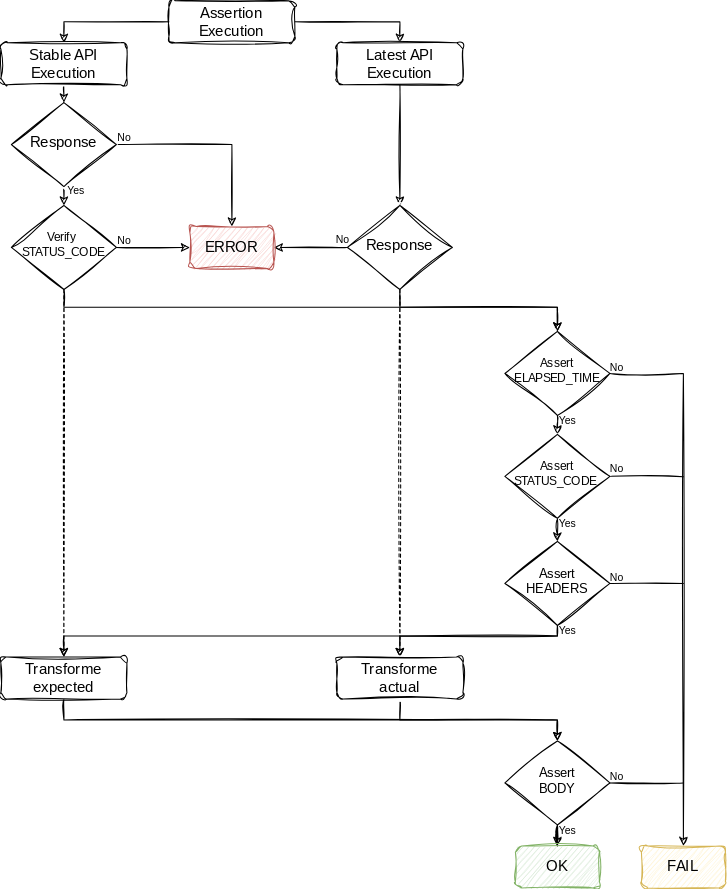
oneteme/assertapi-core keeps this draw.io diagram as doc/diagram/assertion.diagram.svg. Above is the earlier version. Source tidied: cells renumbered, new cells last; positions are measured from the earlier drawing's top-left corner, leaving out a move shared by most shapes.
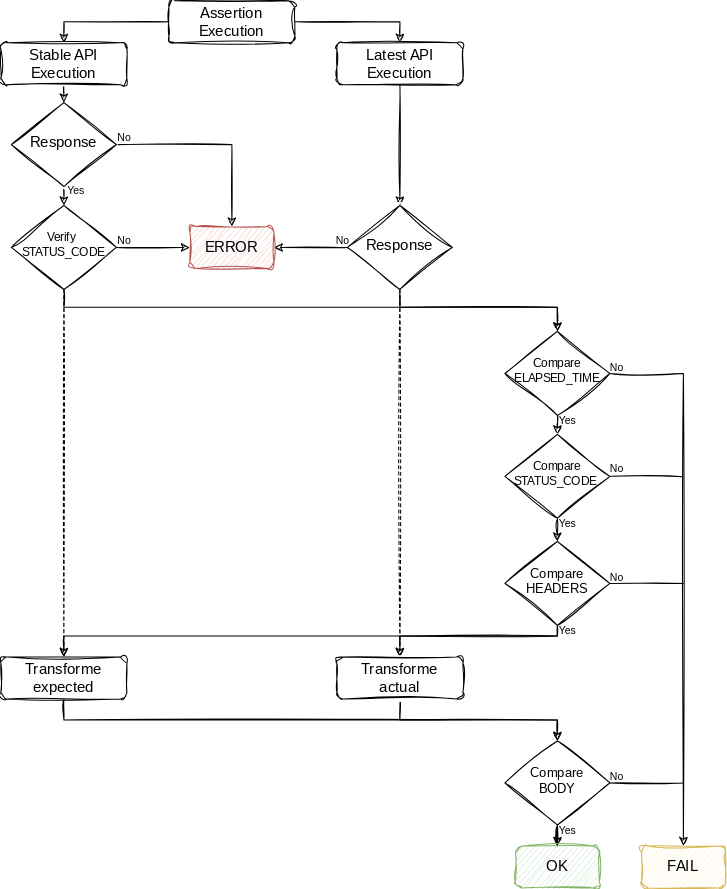
The same diagram one commit later.

The edit, as a diff of the source:
```diff
@@ -87,7 +87,7 @@
     <mxCell id="26" style="edgeStyle=orthogonalEdgeStyle;rounded=0;jettySize=auto;html=1;exitX=1;exitY=0.5;exitDx=0;exitDy=0;entryX=0.5;entryY=0;entryDx=0;entryDy=0;strokeColor=default;fontFamily=Helvetica;fontSize=14;fontColor=#000000;startArrow=none;startFill=0;endArrow=classic;endFill=1;sketch=1;curveFitting=1;jiggle=2;" parent="1" edge="1" source="27" target="43">
       <mxGeometry relative="1" as="geometry" />
     </mxCell>
-    <mxCell id="27" value="Assert ELAPSED_TIME" style="rhombus;whiteSpace=wrap;html=1;shadow=0;fontFamily=Architects Daughter;fontSize=11;align=center;strokeWidth=1;spacing=6;spacingTop=-4;rounded=0;sketch=1;curveFitting=1;jiggle=2;verticalAlign=middle;fontSource=https%3A%2F%2Ffonts.googleapis.com%2Fcss%3Ffamily%3DArchitects%2BDaughter;" parent="1" vertex="1">
+    <mxCell id="27" value="Compare&lt;br&gt;ELAPSED_TIME" style="rhombus;whiteSpace=wrap;html=1;shadow=0;fontFamily=Architects Daughter;fontSize=11;align=center;strokeWidth=1;spacing=6;spacingTop=-4;rounded=0;sketch=1;curveFitting=1;jiggle=2;verticalAlign=middle;fontSource=https%3A%2F%2Ffonts.googleapis.com%2Fcss%3Ffamily%3DArchitects%2BDaughter;" parent="1" vertex="1">
       <mxGeometry x="480" y="315" width="100" height="80" as="geometry" />
     </mxCell>
     <mxCell id="28" style="edgeStyle=none;rounded=0;jettySize=auto;html=1;entryX=0.5;entryY=0;entryDx=0;entryDy=0;strokeColor=default;fontFamily=Helvetica;fontSize=14;fontColor=#000000;startArrow=none;startFill=0;endArrow=classic;endFill=1;sketch=1;curveFitting=1;jiggle=2;" parent="1" edge="1" source="30" target="34">
@@ -98,7 +98,7 @@
         <mxPoint x="650" y="453.3" as="targetPoint" />
       </mxGeometry>
     </mxCell>
-    <mxCell id="30" value="Assert STATUS_CODE&amp;nbsp;" style="rhombus;whiteSpace=wrap;html=1;shadow=0;fontFamily=Architects Daughter;fontSize=11;align=center;strokeWidth=1;spacing=6;spacingTop=-4;fontSource=https%3A%2F%2Ffonts.googleapis.com%2Fcss%3Ffamily%3DArchitects%2BDaughter;sketch=1;curveFitting=1;jiggle=2;" parent="1" vertex="1">
+    <mxCell id="30" value="Compare&lt;br&gt;STATUS_CODE&amp;nbsp;" style="rhombus;whiteSpace=wrap;html=1;shadow=0;fontFamily=Architects Daughter;fontSize=11;align=center;strokeWidth=1;spacing=6;spacingTop=-4;fontSource=https%3A%2F%2Ffonts.googleapis.com%2Fcss%3Ffamily%3DArchitects%2BDaughter;sketch=1;curveFitting=1;jiggle=2;" parent="1" vertex="1">
       <mxGeometry x="480" y="413" width="100" height="80" as="geometry" />
     </mxCell>
     <mxCell id="31" style="edgeStyle=orthogonalEdgeStyle;rounded=0;sketch=1;jettySize=auto;html=1;exitX=0.5;exitY=1;exitDx=0;exitDy=0;entryX=0.5;entryY=0;entryDx=0;entryDy=0;strokeColor=default;fontFamily=Helvetica;fontSize=14;fontColor=#000000;startArrow=none;startFill=0;endArrow=classic;endFill=1;" parent="1" edge="1" source="34" target="38">
@@ -122,7 +122,7 @@
         <mxPoint x="650" y="555" as="targetPoint" />
       </mxGeometry>
     </mxCell>
-    <mxCell id="34" value="Assert &lt;br style=&quot;font-size: 12px;&quot;&gt;HEADERS" style="rhombus;whiteSpace=wrap;html=1;shadow=0;fontFamily=Architects Daughter;fontSize=12;align=center;strokeWidth=1;spacing=6;spacingTop=-4;rounded=0;fillColor=none;fontSource=https%3A%2F%2Ffonts.googleapis.com%2Fcss%3Ffamily%3DArchitects%2BDaughter;sketch=1;curveFitting=1;jiggle=2;" parent="1" vertex="1">
+    <mxCell id="34" value="Compare&lt;br style=&quot;font-size: 12px;&quot;&gt;HEADERS" style="rhombus;whiteSpace=wrap;html=1;shadow=0;fontFamily=Architects Daughter;fontSize=12;align=center;strokeWidth=1;spacing=6;spacingTop=-4;rounded=0;fillColor=none;fontSource=https%3A%2F%2Ffonts.googleapis.com%2Fcss%3Ffamily%3DArchitects%2BDaughter;sketch=1;curveFitting=1;jiggle=2;" parent="1" vertex="1">
       <mxGeometry x="480" y="515" width="100" height="80" as="geometry" />
     </mxCell>
     <mxCell id="35" style="edgeStyle=orthogonalEdgeStyle;rounded=0;sketch=1;jettySize=auto;html=1;entryX=0.5;entryY=0;entryDx=0;entryDy=0;strokeColor=default;fontFamily=Helvetica;fontSize=14;fontColor=#000000;startArrow=none;startFill=0;endArrow=classic;endFill=1;" parent="1" edge="1" source="36" target="41">
@@ -155,7 +155,7 @@
         <mxPoint x="650" y="745" as="targetPoint" />
       </mxGeometry>
     </mxCell>
-    <mxCell id="41" value="Assert &lt;br style=&quot;font-size: 12px;&quot;&gt;BODY" style="rhombus;whiteSpace=wrap;html=1;shadow=0;fontFamily=Architects Daughter;fontSize=12;align=center;strokeWidth=1;spacing=6;spacingTop=-4;rounded=0;fillColor=none;fontSource=https%3A%2F%2Ffonts.googleapis.com%2Fcss%3Ffamily%3DArchitects%2BDaughter;sketch=1;curveFitting=1;jiggle=2;" parent="1" vertex="1">
+    <mxCell id="41" value="Compare&lt;br&gt;BODY" style="rhombus;whiteSpace=wrap;html=1;shadow=0;fontFamily=Architects Daughter;fontSize=12;align=center;strokeWidth=1;spacing=6;spacingTop=-4;rounded=0;fillColor=none;fontSource=https%3A%2F%2Ffonts.googleapis.com%2Fcss%3Ffamily%3DArchitects%2BDaughter;sketch=1;curveFitting=1;jiggle=2;" parent="1" vertex="1">
       <mxGeometry x="480" y="705" width="100" height="80" as="geometry" />
     </mxCell>
     <mxCell id="42" value="OK" style="rounded=1;whiteSpace=wrap;html=1;fontSize=14;glass=0;strokeWidth=1;shadow=0;fillColor=#d5e8d4;strokeColor=#82b366;fontFamily=Architects Daughter;fontSource=https%3A%2F%2Ffonts.googleapis.com%2Fcss%3Ffamily%3DArchitects%2BDaughter;sketch=1;curveFitting=1;jiggle=2;" parent="1" vertex="1">
```
